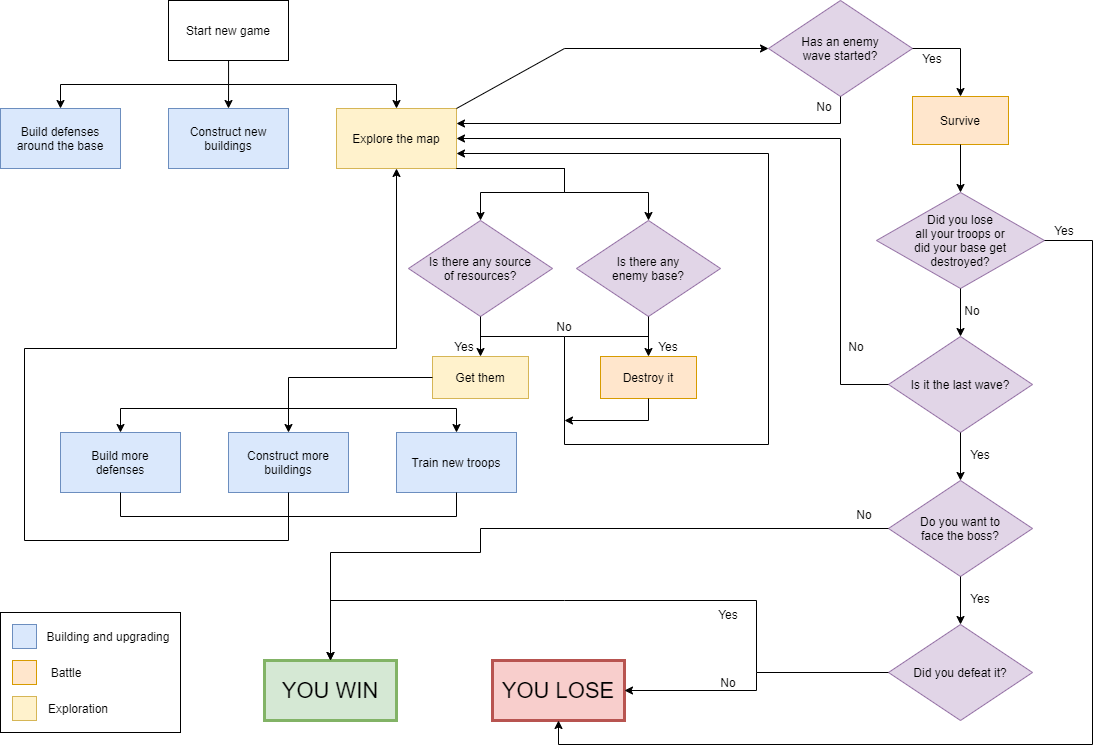
This is Wiki/images/Game Flow Chart.png from BleachKrieg/Conquerors-Crown-New-Horizon, a draw.io export, as it was before one commit. Source tidied: cells renumbered, new cells last; positions are measured from the earlier drawing's top-left corner, leaving out a move shared by most shapes.
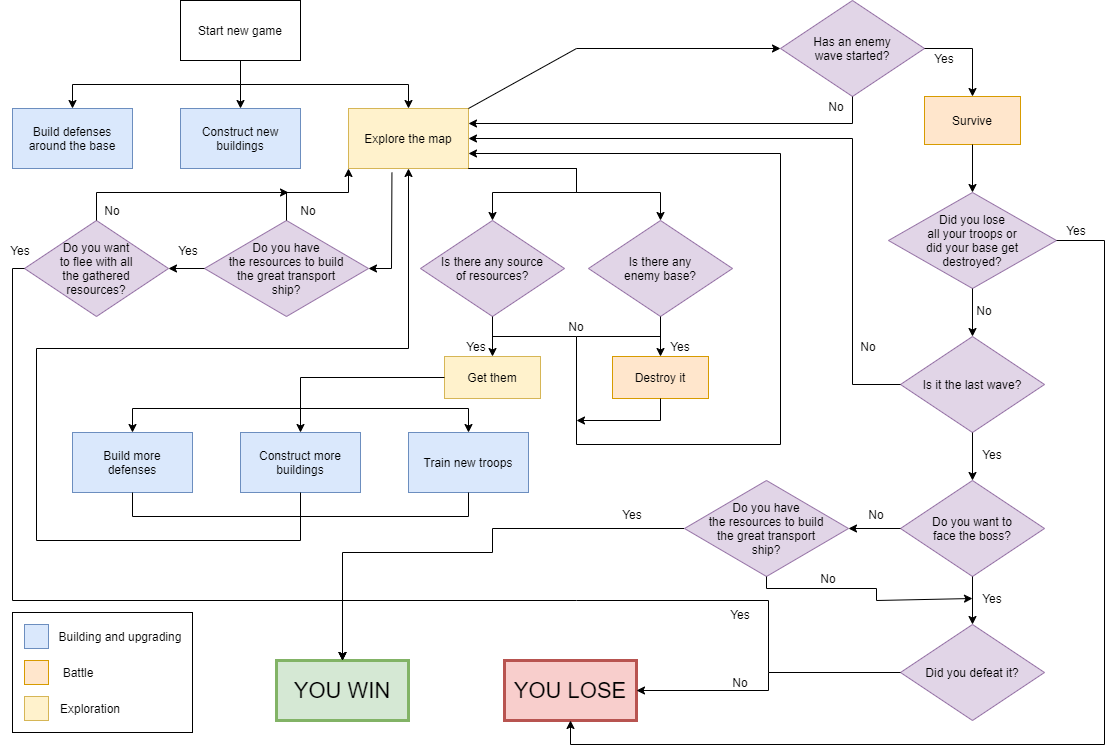
Above is the later version.

The edit, as a diff of the source:
```diff
@@ -270,7 +270,7 @@
     <mxCell id="56" value="Yes" style="text;html=1;strokeColor=none;fillColor=none;align=center;verticalAlign=middle;whiteSpace=wrap;rounded=0;shadow=0;glass=0;comic=0;" parent="1" vertex="1">
       <mxGeometry x="1044" y="220" width="40" height="20" as="geometry" />
     </mxCell>
-    <mxCell id="57" style="endArrow=classic;html=1;strokeColor=#000000;exitX=0;exitY=0.5;exitDx=0;exitDy=0;entryX=0.5;entryY=0;entryDx=0;entryDy=0;rounded=0;" parent="1" edge="1" source="46" target="50">
+    <mxCell id="57" style="endArrow=classic;html=1;strokeColor=#000000;exitX=0;exitY=0.5;exitDx=0;exitDy=0;entryX=0.5;entryY=0;entryDx=0;entryDy=0;rounded=0;" parent="1" edge="1" source="69" target="50">
       <mxGeometry relative="1" as="geometry">
         <Array as="points">
           <mxPoint x="480" y="528" />
@@ -324,5 +324,79 @@
     <mxCell id="68" value="Exploration" style="text;html=1;strokeColor=none;fillColor=none;align=center;verticalAlign=middle;whiteSpace=wrap;rounded=0;shadow=0;glass=0;comic=0;" parent="1" vertex="1">
       <mxGeometry x="36" y="698" width="84" height="20" as="geometry" />
     </mxCell>
+    <mxCell id="69" value="Do you have&lt;br&gt;the resources to build&lt;br&gt;the great transport&lt;br&gt;ship?" style="rhombus;whiteSpace=wrap;html=1;rounded=0;shadow=0;glass=0;comic=0;fillColor=#e1d5e7;strokeColor=#9673a6;" parent="1" vertex="1">
+      <mxGeometry x="672" y="480" width="164" height="96" as="geometry" />
+    </mxCell>
+    <mxCell id="70" style="endArrow=classic;html=1;strokeColor=#000000;exitX=0;exitY=0.5;exitDx=0;exitDy=0;entryX=1;entryY=0.5;entryDx=0;entryDy=0;" parent="1" edge="1" source="46" target="69">
+      <mxGeometry relative="1" as="geometry" />
+    </mxCell>
+    <mxCell id="71" style="endArrow=classic;html=1;strokeColor=#000000;exitX=0.5;exitY=1;exitDx=0;exitDy=0;entryX=0;entryY=0.5;entryDx=0;entryDy=0;rounded=0;" parent="1" edge="1" source="69" target="54">
+      <mxGeometry relative="1" as="geometry">
+        <Array as="points">
+          <mxPoint x="754" y="588" />
+          <mxPoint x="864" y="588" />
+          <mxPoint x="864" y="600" />
+        </Array>
+      </mxGeometry>
+    </mxCell>
+    <mxCell id="72" value="Yes" style="text;html=1;strokeColor=none;fillColor=none;align=center;verticalAlign=middle;whiteSpace=wrap;rounded=0;shadow=0;glass=0;comic=0;" parent="1" vertex="1">
+      <mxGeometry x="600" y="504" width="40" height="20" as="geometry" />
+    </mxCell>
+    <mxCell id="73" value="No" style="text;html=1;strokeColor=none;fillColor=none;align=center;verticalAlign=middle;whiteSpace=wrap;rounded=0;shadow=0;glass=0;comic=0;" parent="1" vertex="1">
+      <mxGeometry x="796" y="568" width="40" height="20" as="geometry" />
+    </mxCell>
+    <mxCell id="74" value="Do you have&lt;br&gt;the resources to build&lt;br&gt;the great transport&lt;br&gt;ship?" style="rhombus;whiteSpace=wrap;html=1;rounded=0;shadow=0;glass=0;comic=0;fillColor=#e1d5e7;strokeColor=#9673a6;" parent="1" vertex="1">
+      <mxGeometry x="192" y="220" width="164" height="96" as="geometry" />
+    </mxCell>
+    <mxCell id="75" value="Do you want&lt;br&gt;to flee with all&lt;br&gt;the gathered&lt;br&gt;resources?" style="rhombus;whiteSpace=wrap;html=1;rounded=0;shadow=0;glass=0;comic=0;fillColor=#e1d5e7;strokeColor=#9673a6;" parent="1" vertex="1">
+      <mxGeometry x="12" y="220" width="144" height="96" as="geometry" />
+    </mxCell>
+    <mxCell id="76" style="endArrow=classic;html=1;strokeColor=#000000;exitX=0.362;exitY=1.069;exitDx=0;exitDy=0;entryX=1;entryY=0.5;entryDx=0;entryDy=0;rounded=0;exitPerimeter=0;" parent="1" edge="1" source="6" target="74">
+      <mxGeometry relative="1" as="geometry">
+        <Array as="points">
+          <mxPoint x="379" y="268" />
+        </Array>
+      </mxGeometry>
+    </mxCell>
+    <mxCell id="77" style="endArrow=classic;html=1;strokeColor=#000000;exitX=0;exitY=0.5;exitDx=0;exitDy=0;entryX=1;entryY=0.5;entryDx=0;entryDy=0;" parent="1" edge="1" source="74" target="75">
+      <mxGeometry relative="1" as="geometry" />
+    </mxCell>
+    <mxCell id="78" value="No" style="text;html=1;strokeColor=none;fillColor=none;align=center;verticalAlign=middle;whiteSpace=wrap;rounded=0;shadow=0;glass=0;comic=0;" parent="1" vertex="1">
+      <mxGeometry x="276" y="200" width="40" height="20" as="geometry" />
+    </mxCell>
+    <mxCell id="79" value="Yes" style="text;html=1;strokeColor=none;fillColor=none;align=center;verticalAlign=middle;whiteSpace=wrap;rounded=0;shadow=0;glass=0;comic=0;" parent="1" vertex="1">
+      <mxGeometry x="156" y="240" width="40" height="20" as="geometry" />
+    </mxCell>
+    <mxCell id="80" style="endArrow=classic;html=1;strokeColor=#000000;exitX=0.5;exitY=0;exitDx=0;exitDy=0;rounded=0;entryX=0;entryY=1;entryDx=0;entryDy=0;" parent="1" edge="1" source="74" target="6">
+      <mxGeometry relative="1" as="geometry">
+        <Array as="points">
+          <mxPoint x="274" y="192" />
+          <mxPoint x="336" y="192" />
+        </Array>
+      </mxGeometry>
+    </mxCell>
+    <mxCell id="81" style="endArrow=classic;html=1;strokeColor=#000000;exitX=0.5;exitY=0;exitDx=0;exitDy=0;rounded=0;" parent="1" edge="1" source="75">
+      <mxGeometry relative="1" as="geometry">
+        <mxPoint x="276" y="192" as="targetPoint" />
+        <Array as="points">
+          <mxPoint x="84" y="192" />
+        </Array>
+      </mxGeometry>
+    </mxCell>
+    <mxCell id="82" value="No" style="text;html=1;strokeColor=none;fillColor=none;align=center;verticalAlign=middle;whiteSpace=wrap;rounded=0;shadow=0;glass=0;comic=0;" parent="1" vertex="1">
+      <mxGeometry x="80" y="200" width="40" height="20" as="geometry" />
+    </mxCell>
+    <mxCell id="83" style="endArrow=classic;html=1;strokeColor=#000000;exitX=0;exitY=0.5;exitDx=0;exitDy=0;rounded=0;entryX=0.5;entryY=0;entryDx=0;entryDy=0;" parent="1" edge="1" source="75" target="50">
+      <mxGeometry relative="1" as="geometry">
+        <Array as="points">
+          <mxPoint y="268" />
+          <mxPoint y="600" />
+          <mxPoint x="330" y="600" />
+        </Array>
+      </mxGeometry>
+    </mxCell>
+    <mxCell id="84" value="Yes" style="text;html=1;strokeColor=none;fillColor=none;align=center;verticalAlign=middle;whiteSpace=wrap;rounded=0;shadow=0;glass=0;comic=0;" parent="1" vertex="1">
+      <mxGeometry x="-12" y="240" width="40" height="20" as="geometry" />
+    </mxCell>
   </root>
 </mxGraphModel>
```
